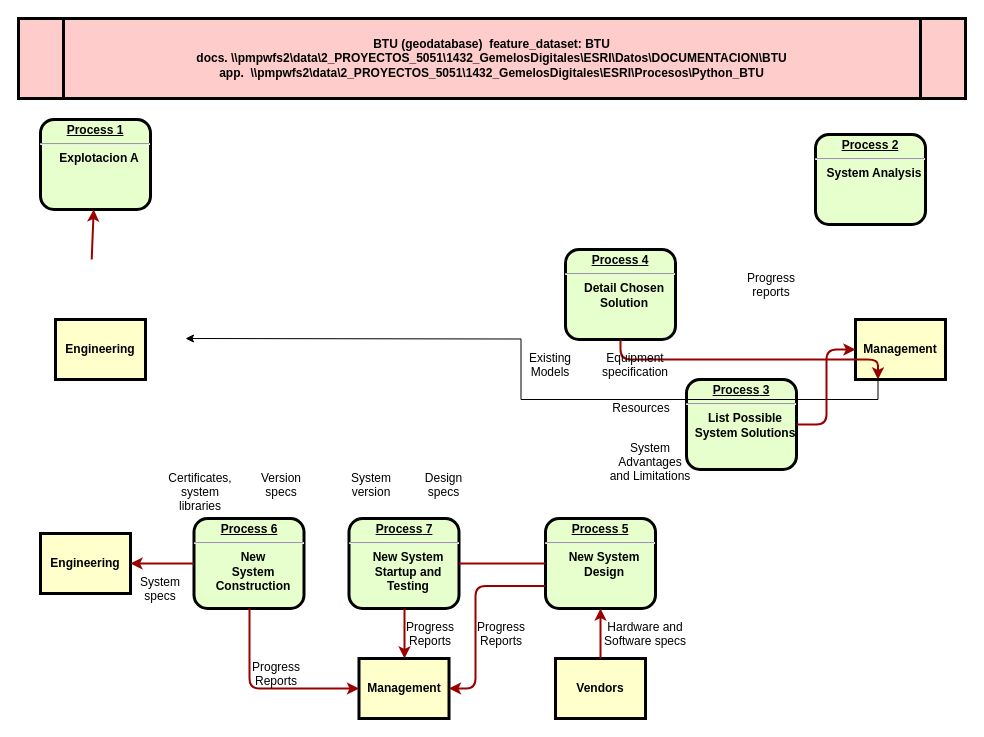
jongalera/BTU keeps this draw.io diagram as BTU_flowchart.drawio. Above is the earlier version. Source tidied: cells renumbered, new cells numbered last; positions are measured from the earlier drawing's top-left corner, leaving out a move shared by most shapes. Both pictures are drawn from the tidied source at 100%, with x=0, y=0 at pixel (18, 18).
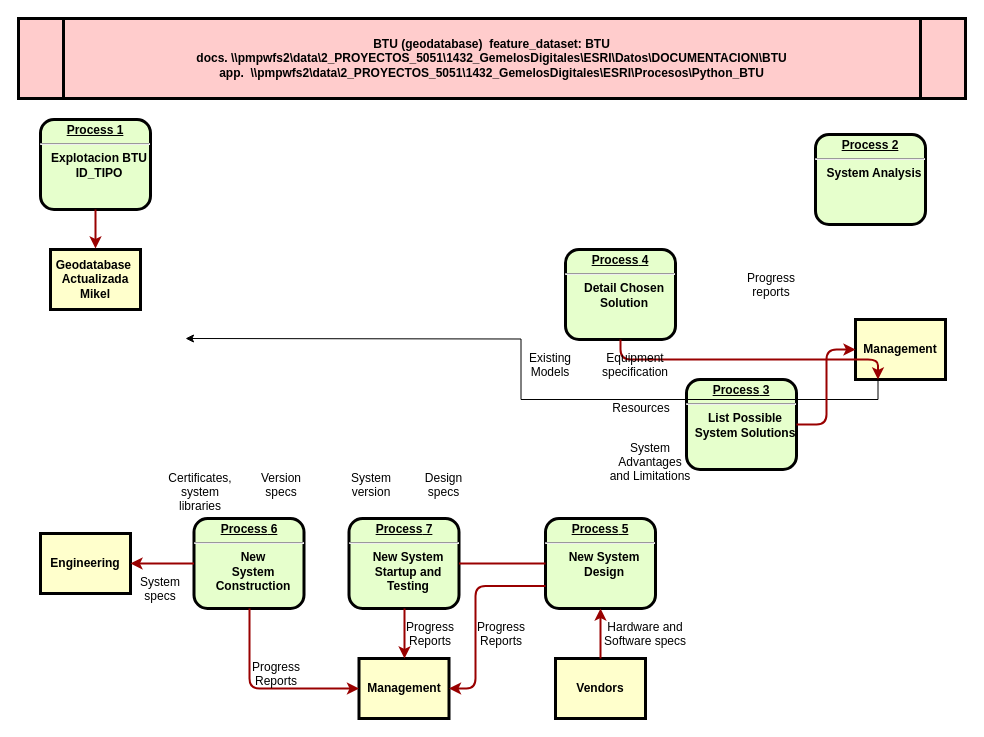
After the change.

The edit, as a diff of the source:
```diff
@@
-    <mxCell id="3" value="&lt;p style=&quot;margin: 0px; margin-top: 4px; text-align: center; text-decoration: underline;&quot;&gt;&lt;strong&gt;Process 1&lt;br&gt;&lt;/strong&gt;&lt;/p&gt;&lt;hr&gt;&lt;p style=&quot;margin: 0px; margin-left: 8px;&quot;&gt;Explotacion A&lt;/p&gt;" style="verticalAlign=middle;align=center;overflow=fill;fontSize=12;fontFamily=Helvetica;html=1;rounded=1;fontStyle=1;strokeWidth=3;fillColor=#E6FFCC;" parent="1" vertex="1">
+    <mxCell id="3" value="&lt;p style=&quot;margin: 0px; margin-top: 4px; text-align: center; text-decoration: underline;&quot;&gt;&lt;strong&gt;Process 1&lt;br&gt;&lt;/strong&gt;&lt;/p&gt;&lt;hr&gt;&lt;p style=&quot;margin: 0px; margin-left: 8px;&quot;&gt;Explotacion BTU&lt;/p&gt;&lt;p style=&quot;margin: 0px; margin-left: 8px;&quot;&gt;ID_TIPO&lt;/p&gt;" style="verticalAlign=middle;align=center;overflow=fill;fontSize=12;fontFamily=Helvetica;html=1;rounded=1;fontStyle=1;strokeWidth=3;fillColor=#E6FFCC;" parent="1" vertex="1">
       <mxGeometry x="22" y="101" width="110" height="90" as="geometry" />
     </mxCell>
-    <mxCell id="4" value="Engineering" style="whiteSpace=wrap;align=center;verticalAlign=middle;fontStyle=1;strokeWidth=3;fillColor=#FFFFCC;" parent="1" vertex="1">
-      <mxGeometry x="37" y="301" width="90" height="60" as="geometry" />
+    <mxCell id="4" value="Geodatabase &#10;Actualizada&#10;Mikel" style="whiteSpace=wrap;align=center;verticalAlign=middle;fontStyle=1;strokeWidth=3;fillColor=#FFFFCC;" parent="1" vertex="1">
+      <mxGeometry x="32" y="231" width="90" height="60" as="geometry" />
     </mxCell>
@@
-    <mxCell id="16" style="edgeStyle=none;noEdgeStyle=1;strokeColor=#990000;strokeWidth=2;" parent="1" edge="1" target="3">
+    <mxCell id="16" style="edgeStyle=none;noEdgeStyle=1;strokeColor=#990000;strokeWidth=2;exitX=0.5;exitY=1;exitDx=0;exitDy=0;" parent="1" edge="1" source="3">
       <mxGeometry relative="1" as="geometry">
-        <mxPoint x="73.2" y="241" as="sourcePoint" />
+        <mxPoint x="77" y="230" as="targetPoint" />
       </mxGeometry>
     </mxCell>
```
